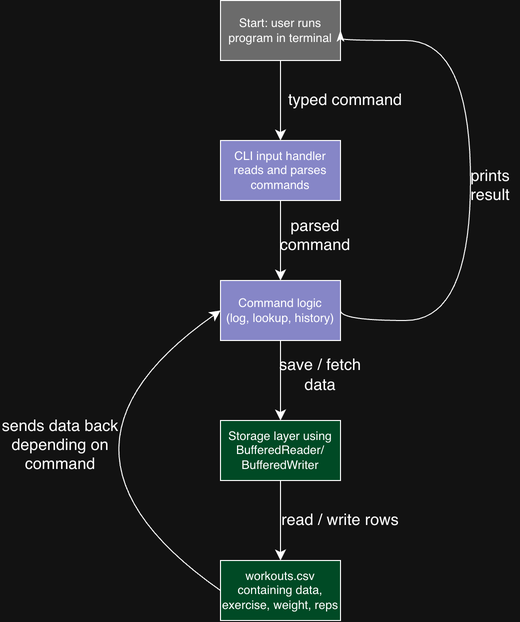
Earlier version of the draw.io export docs/finalsystemdiagram.drawio.png (ogawasan311/gym-tracker). Source tidied: cells renumbered, new cells last; positions are measured from the earlier drawing's top-left corner, leaving out a move shared by most shapes.
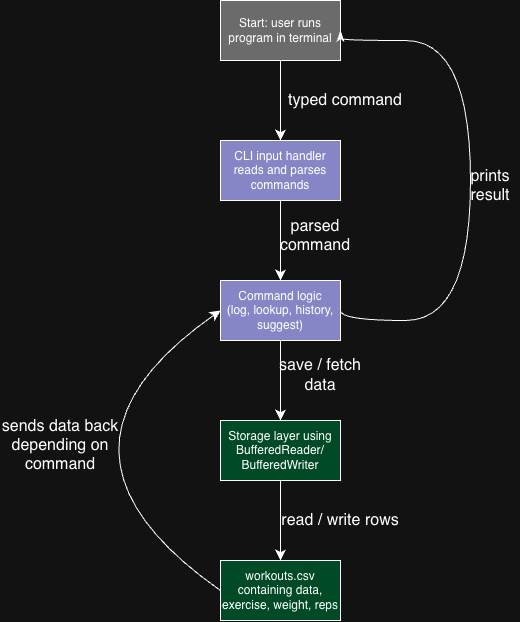
After the change.

Commit message:
Added suggest command to the system diagram

Change to the diagram source:
```diff
@@ -17,7 +17,7 @@
     <mxCell id="6" style="edgeStyle=none;curved=1;rounded=0;curveGeometry=1;jettySize=auto;html=1;fontSize=12;defaultLabelBackgroundColor=page;startSize=8;endSize=8;entryX=0.5;entryY=0;entryDx=0;entryDy=0;" parent="1" edge="1" source="7" target="9">
       <mxGeometry relative="1" as="geometry" />
     </mxCell>
-    <mxCell id="7" value="Command logic&lt;div&gt;(log, lookup, history)&lt;/div&gt;" style="rounded=0;whiteSpace=wrap;html=1;fillColor=light-dark(#FFFFFF,#8686C7);" parent="1" vertex="1">
+    <mxCell id="7" value="Command logic&lt;div&gt;(log, lookup, history, suggest)&lt;/div&gt;" style="rounded=0;whiteSpace=wrap;html=1;fillColor=light-dark(#FFFFFF,#8686C7);" parent="1" vertex="1">
       <mxGeometry x="220" y="280" width="120" height="60" as="geometry" />
     </mxCell>
     <mxCell id="8" style="edgeStyle=none;curved=1;rounded=0;curveGeometry=1;jettySize=auto;html=1;entryX=0.5;entryY=0;entryDx=0;entryDy=0;fontSize=12;defaultLabelBackgroundColor=page;startSize=8;endSize=8;" parent="1" edge="1" source="9" target="11">
```
